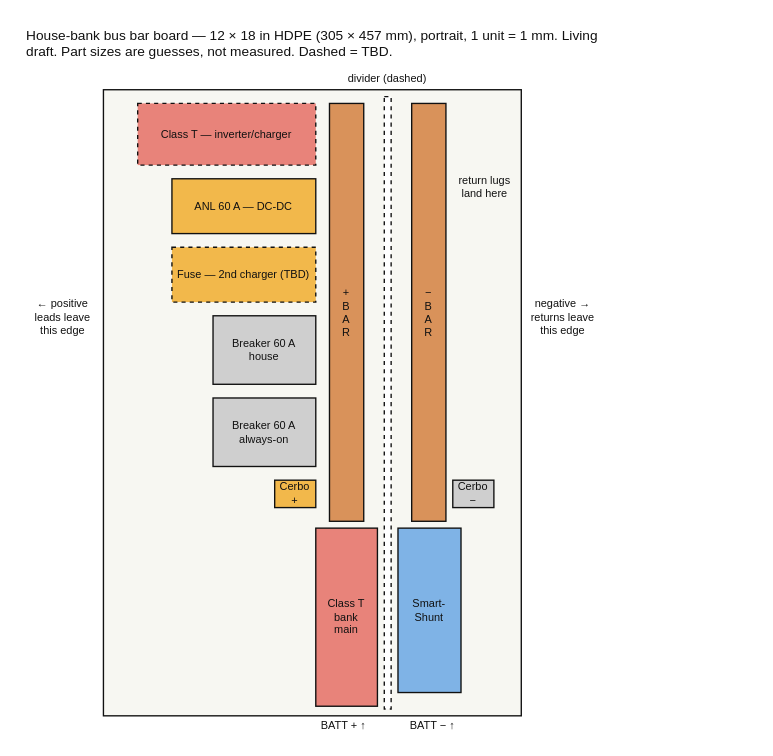
Before: diagrams/electrical/house-bank-busbar-board.drawio in mark-brannan/symphony, a draw.io diagram. Source tidied: cells renumbered, new cells numbered last; positions are measured from the earlier drawing's top-left corner, leaving out a move shared by most shapes. Both pictures are drawn from the tidied source at 137%, with x=0, y=0 at pixel (23, 23).
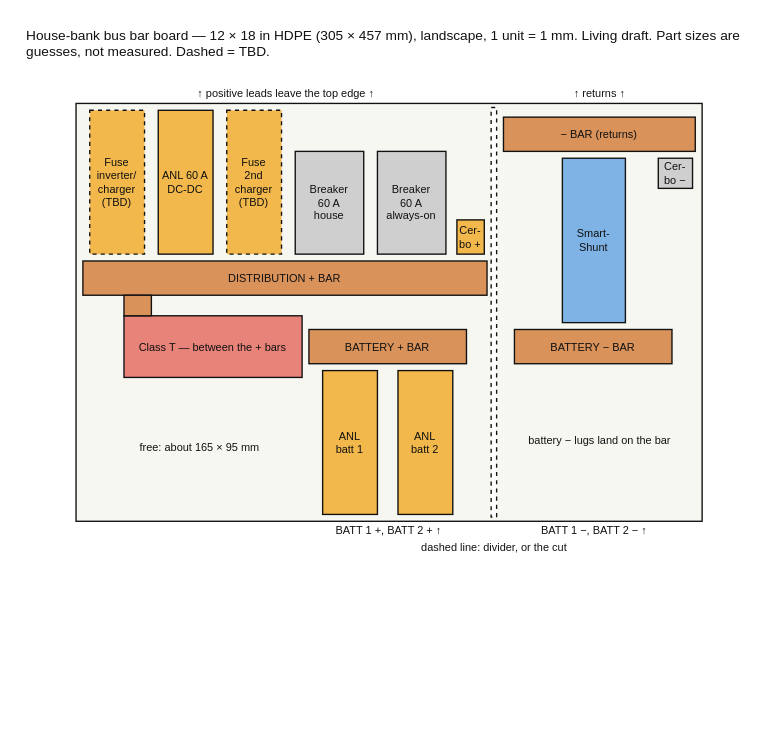
After the change.

Commit message:
House-bank board: landscape, horizontal bars, battery bar, Class T between bars, ANL per battery

Diff of the diagram source:
```diff
@@
-    <mxCell id="2" value="House-bank bus bar board — 12 × 18 in HDPE (305 × 457 mm), portrait, 1 unit = 1 mm. Living draft. Part sizes are guesses, not measured. Dashed = TBD." style="text;html=1;align=left;verticalAlign=middle;fontSize=10;fontColor=#111111;whiteSpace=wrap;" parent="1" vertex="1">
-      <mxGeometry width="425" height="28" as="geometry" />
+    <mxCell id="2" value="House-bank bus bar board — 12 × 18 in HDPE (305 × 457 mm), landscape, 1 unit = 1 mm. Living draft. Part sizes are guesses, not measured. Dashed = TBD." style="text;html=1;align=left;verticalAlign=middle;fontSize=10;fontColor=#111111;whiteSpace=wrap;" parent="1" vertex="1">
+      <mxGeometry width="530" height="28" as="geometry" />
     </mxCell>
     <mxCell id="3" style="rounded=0;whiteSpace=wrap;html=1;fillColor=#f7f7f2;strokeColor=#111111;fontColor=#111111;fontSize=8;" parent="1" vertex="1">
-      <mxGeometry x="58" y="48" width="305" height="457" as="geometry" />
+      <mxGeometry x="38" y="58" width="457" height="305" as="geometry" />
     </mxCell>
-    <mxCell id="4" value="+&lt;br&gt;B&lt;br&gt;A&lt;br&gt;R" style="rounded=0;whiteSpace=wrap;html=1;fillColor=#d9925a;strokeColor=#111111;fontColor=#111111;fontSize=8;" parent="1" vertex="1">
-      <mxGeometry x="223" y="58" width="25" height="305" as="geometry" />
+    <mxCell id="4" value="DISTRIBUTION + BAR" style="rounded=0;whiteSpace=wrap;html=1;fillColor=#d9925a;strokeColor=#111111;fontColor=#111111;fontSize=8;" parent="1" vertex="1">
+      <mxGeometry x="43" y="173" width="295" height="25" as="geometry" />
     </mxCell>
-    <mxCell id="5" value="−&lt;br&gt;B&lt;br&gt;A&lt;br&gt;R" style="rounded=0;whiteSpace=wrap;html=1;fillColor=#d9925a;strokeColor=#111111;fontColor=#111111;fontSize=8;" parent="1" vertex="1">
-      <mxGeometry x="283" y="58" width="25" height="305" as="geometry" />
+    <mxCell id="5" value="BATTERY + BAR" style="rounded=0;whiteSpace=wrap;html=1;fillColor=#d9925a;strokeColor=#111111;fontColor=#111111;fontSize=8;" parent="1" vertex="1">
+      <mxGeometry x="208" y="223" width="115" height="25" as="geometry" />
     </mxCell>
-    <mxCell id="6" style="rounded=0;whiteSpace=wrap;html=1;fillColor=#ffffff;strokeColor=#111111;fontColor=#111111;fontSize=8;dashed=1;" parent="1" vertex="1">
-      <mxGeometry x="263" y="53" width="5" height="447" as="geometry" />
+    <mxCell id="6" value="Class T — between the + bars" style="rounded=0;whiteSpace=wrap;html=1;fillColor=#e8837a;strokeColor=#111111;fontColor=#111111;fontSize=8;" parent="1" vertex="1">
+      <mxGeometry x="73" y="213" width="130" height="45" as="geometry" />
     </mxCell>
-    <mxCell id="7" value="Class T&lt;br&gt;bank&lt;br&gt;main" style="rounded=0;whiteSpace=wrap;html=1;fillColor=#e8837a;strokeColor=#111111;fontColor=#111111;fontSize=8;" parent="1" vertex="1">
-      <mxGeometry x="213" y="368" width="45" height="130" as="geometry" />
+    <mxCell id="7" style="rounded=0;whiteSpace=wrap;html=1;fillColor=#d9925a;strokeColor=#111111;fontColor=#111111;fontSize=8;" parent="1" vertex="1">
+      <mxGeometry x="73" y="198" width="20" height="15" as="geometry" />
     </mxCell>
-    <mxCell id="8" value="Smart-&lt;br&gt;Shunt" style="rounded=0;whiteSpace=wrap;html=1;fillColor=#7fb3e6;strokeColor=#111111;fontColor=#111111;fontSize=8;" parent="1" vertex="1">
-      <mxGeometry x="273" y="368" width="46" height="120" as="geometry" />
+    <mxCell id="8" value="ANL&lt;br&gt;batt 1" style="rounded=0;whiteSpace=wrap;html=1;fillColor=#f2b84b;strokeColor=#111111;fontColor=#111111;fontSize=8;" parent="1" vertex="1">
+      <mxGeometry x="218" y="253" width="40" height="105" as="geometry" />
     </mxCell>
-    <mxCell id="9" value="Class T — inverter/charger" style="rounded=0;whiteSpace=wrap;html=1;fillColor=#e8837a;strokeColor=#111111;fontColor=#111111;fontSize=8;dashed=1;" parent="1" vertex="1">
-      <mxGeometry x="83" y="58" width="130" height="45" as="geometry" />
+    <mxCell id="9" value="ANL&lt;br&gt;batt 2" style="rounded=0;whiteSpace=wrap;html=1;fillColor=#f2b84b;strokeColor=#111111;fontColor=#111111;fontSize=8;" parent="1" vertex="1">
+      <mxGeometry x="273" y="253" width="40" height="105" as="geometry" />
     </mxCell>
-    <mxCell id="10" value="ANL 60 A — DC-DC" style="rounded=0;whiteSpace=wrap;html=1;fillColor=#f2b84b;strokeColor=#111111;fontColor=#111111;fontSize=8;" parent="1" vertex="1">
-      <mxGeometry x="108" y="113" width="105" height="40" as="geometry" />
+    <mxCell id="10" value="Fuse&lt;br&gt;inverter/&lt;br&gt;charger&lt;br&gt;(TBD)" style="rounded=0;whiteSpace=wrap;html=1;fillColor=#f2b84b;strokeColor=#111111;fontColor=#111111;fontSize=8;dashed=1;" parent="1" vertex="1">
+      <mxGeometry x="48" y="63" width="40" height="105" as="geometry" />
     </mxCell>
-    <mxCell id="11" value="Fuse — 2nd charger (TBD)" style="rounded=0;whiteSpace=wrap;html=1;fillColor=#f2b84b;strokeColor=#111111;fontColor=#111111;fontSize=8;dashed=1;" parent="1" vertex="1">
-      <mxGeometry x="108" y="163" width="105" height="40" as="geometry" />
+    <mxCell id="11" value="ANL 60 A&lt;br&gt;DC-DC" style="rounded=0;whiteSpace=wrap;html=1;fillColor=#f2b84b;strokeColor=#111111;fontColor=#111111;fontSize=8;" parent="1" vertex="1">
+      <mxGeometry x="98" y="63" width="40" height="105" as="geometry" />
     </mxCell>
-    <mxCell id="12" value="Breaker 60 A&lt;br&gt;house" style="rounded=0;whiteSpace=wrap;html=1;fillColor=#cfcfcf;strokeColor=#111111;fontColor=#111111;fontSize=8;" parent="1" vertex="1">
-      <mxGeometry x="138" y="213" width="75" height="50" as="geometry" />
+    <mxCell id="12" value="Fuse&lt;br&gt;2nd&lt;br&gt;charger&lt;br&gt;(TBD)" style="rounded=0;whiteSpace=wrap;html=1;fillColor=#f2b84b;strokeColor=#111111;fontColor=#111111;fontSize=8;dashed=1;" parent="1" vertex="1">
+      <mxGeometry x="148" y="63" width="40" height="105" as="geometry" />
     </mxCell>
-    <mxCell id="13" value="Breaker 60 A&lt;br&gt;always-on" style="rounded=0;whiteSpace=wrap;html=1;fillColor=#cfcfcf;strokeColor=#111111;fontColor=#111111;fontSize=8;" parent="1" vertex="1">
-      <mxGeometry x="138" y="273" width="75" height="50" as="geometry" />
+    <mxCell id="13" value="Breaker&lt;br&gt;60 A&lt;br&gt;house" style="rounded=0;whiteSpace=wrap;html=1;fillColor=#cfcfcf;strokeColor=#111111;fontColor=#111111;fontSize=8;" parent="1" vertex="1">
+      <mxGeometry x="198" y="93" width="50" height="75" as="geometry" />
     </mxCell>
-    <mxCell id="14" value="Cerbo +" style="rounded=0;whiteSpace=wrap;html=1;fillColor=#f2b84b;strokeColor=#111111;fontColor=#111111;fontSize=8;" parent="1" vertex="1">
-      <mxGeometry x="183" y="333" width="30" height="20" as="geometry" />
+    <mxCell id="14" value="Breaker&lt;br&gt;60 A&lt;br&gt;always-on" style="rounded=0;whiteSpace=wrap;html=1;fillColor=#cfcfcf;strokeColor=#111111;fontColor=#111111;fontSize=8;" parent="1" vertex="1">
+      <mxGeometry x="258" y="93" width="50" height="75" as="geometry" />
     </mxCell>
-    <mxCell id="15" value="Cerbo −" style="rounded=0;whiteSpace=wrap;html=1;fillColor=#cfcfcf;strokeColor=#111111;fontColor=#111111;fontSize=8;" parent="1" vertex="1">
-      <mxGeometry x="313" y="333" width="30" height="20" as="geometry" />
+    <mxCell id="15" value="Cer-&lt;br&gt;bo +" style="rounded=0;whiteSpace=wrap;html=1;fillColor=#f2b84b;strokeColor=#111111;fontColor=#111111;fontSize=8;" parent="1" vertex="1">
+      <mxGeometry x="316" y="143" width="20" height="25" as="geometry" />
     </mxCell>
-    <mxCell id="16" value="BATT + ↑" style="text;html=1;align=center;verticalAlign=middle;fontSize=8;fontColor=#111111;" parent="1" vertex="1">
-      <mxGeometry x="198" y="506" width="70" height="12" as="geometry" />
+    <mxCell id="16" style="rounded=0;whiteSpace=wrap;html=1;fillColor=#ffffff;strokeColor=#111111;fontColor=#111111;fontSize=8;dashed=1;" parent="1" vertex="1">
+      <mxGeometry x="341" y="61" width="4" height="299" as="geometry" />
     </mxCell>
-    <mxCell id="17" value="BATT − ↑" style="text;html=1;align=center;verticalAlign=middle;fontSize=8;fontColor=#111111;" parent="1" vertex="1">
-      <mxGeometry x="263" y="506" width="70" height="12" as="geometry" />
+    <mxCell id="17" value="BATTERY − BAR" style="rounded=0;whiteSpace=wrap;html=1;fillColor=#d9925a;strokeColor=#111111;fontColor=#111111;fontSize=8;" parent="1" vertex="1">
+      <mxGeometry x="358" y="223" width="115" height="25" as="geometry" />
     </mxCell>
-    <mxCell id="18" value="← positive" style="text;html=1;align=center;verticalAlign=middle;fontSize=8;fontColor=#111111;" parent="1" vertex="1">
-      <mxGeometry y="198" width="56" height="12" as="geometry" />
+    <mxCell id="18" value="Smart-&lt;br&gt;Shunt" style="rounded=0;whiteSpace=wrap;html=1;fillColor=#7fb3e6;strokeColor=#111111;fontColor=#111111;fontSize=8;" parent="1" vertex="1">
+      <mxGeometry x="393" y="98" width="46" height="120" as="geometry" />
     </mxCell>
-    <mxCell id="19" value="leads leave" style="text;html=1;align=center;verticalAlign=middle;fontSize=8;fontColor=#111111;" parent="1" vertex="1">
-      <mxGeometry y="208" width="56" height="12" as="geometry" />
+    <mxCell id="19" value="− BAR (returns)" style="rounded=0;whiteSpace=wrap;html=1;fillColor=#d9925a;strokeColor=#111111;fontColor=#111111;fontSize=8;" parent="1" vertex="1">
+      <mxGeometry x="350" y="68" width="140" height="25" as="geometry" />
     </mxCell>
-    <mxCell id="20" value="this edge" style="text;html=1;align=center;verticalAlign=middle;fontSize=8;fontColor=#111111;" parent="1" vertex="1">
-      <mxGeometry y="218" width="56" height="12" as="geometry" />
+    <mxCell id="20" value="Cer-&lt;br&gt;bo −" style="rounded=0;whiteSpace=wrap;html=1;fillColor=#cfcfcf;strokeColor=#111111;fontColor=#111111;fontSize=8;" parent="1" vertex="1">
+      <mxGeometry x="463" y="98" width="25" height="22" as="geometry" />
     </mxCell>
-    <mxCell id="21" value="negative →" style="text;html=1;align=center;verticalAlign=middle;fontSize=8;fontColor=#111111;" parent="1" vertex="1">
-      <mxGeometry x="365" y="198" width="56" height="12" as="geometry" />
+    <mxCell id="21" value="BATT 1 +, BATT 2 + ↑" style="text;html=1;align=center;verticalAlign=middle;fontSize=8;fontColor=#111111;" parent="1" vertex="1">
+      <mxGeometry x="208" y="364" width="115" height="12" as="geometry" />
     </mxCell>
-    <mxCell id="22" value="returns leave" style="text;html=1;align=center;verticalAlign=middle;fontSize=8;fontColor=#111111;" parent="1" vertex="1">
-      <mxGeometry x="365" y="208" width="56" height="12" as="geometry" />
+    <mxCell id="22" value="BATT 1 −, BATT 2 − ↑" style="text;html=1;align=center;verticalAlign=middle;fontSize=8;fontColor=#111111;" parent="1" vertex="1">
+      <mxGeometry x="358" y="364" width="115" height="12" as="geometry" />
     </mxCell>
-    <mxCell id="23" value="this edge" style="text;html=1;align=center;verticalAlign=middle;fontSize=8;fontColor=#111111;" parent="1" vertex="1">
-      <mxGeometry x="365" y="218" width="56" height="12" as="geometry" />
+    <mxCell id="23" value="↑ positive leads leave the top edge ↑" style="text;html=1;align=center;verticalAlign=middle;fontSize=8;fontColor=#111111;" parent="1" vertex="1">
+      <mxGeometry x="43" y="45" width="295" height="12" as="geometry" />
     </mxCell>
-    <mxCell id="24" value="return lugs" style="text;html=1;align=center;verticalAlign=middle;fontSize=8;fontColor=#111111;" parent="1" vertex="1">
-      <mxGeometry x="310" y="108" width="52" height="12" as="geometry" />
+    <mxCell id="24" value="↑ returns ↑" style="text;html=1;align=center;verticalAlign=middle;fontSize=8;fontColor=#111111;" parent="1" vertex="1">
+      <mxGeometry x="350" y="45" width="140" height="12" as="geometry" />
     </mxCell>
-    <mxCell id="25" value="land here" style="text;html=1;align=center;verticalAlign=middle;fontSize=8;fontColor=#111111;" parent="1" vertex="1">
-      <mxGeometry x="310" y="118" width="52" height="12" as="geometry" />
+    <mxCell id="25" value="free: about 165 × 95 mm" style="text;html=1;align=center;verticalAlign=middle;fontSize=8;fontColor=#111111;" parent="1" vertex="1">
+      <mxGeometry x="58" y="303" width="140" height="12" as="geometry" />
     </mxCell>
-    <mxCell id="26" value="divider (dashed)" style="text;html=1;align=center;verticalAlign=middle;fontSize=8;fontColor=#111111;" parent="1" vertex="1">
-      <mxGeometry x="230" y="34" width="70" height="12" as="geometry" />
+    <mxCell id="26" value="battery − lugs land on the bar" style="text;html=1;align=center;verticalAlign=middle;fontSize=8;fontColor=#111111;" parent="1" vertex="1">
+      <mxGeometry x="350" y="298" width="140" height="12" as="geometry" />
     </mxCell>
+    <mxCell id="27" value="dashed line: divider, or the cut" style="text;html=1;align=center;verticalAlign=middle;fontSize=8;fontColor=#111111;" parent="1" vertex="1">
+      <mxGeometry x="288" y="376" width="110" height="12" as="geometry" />
+    </mxCell>
```
